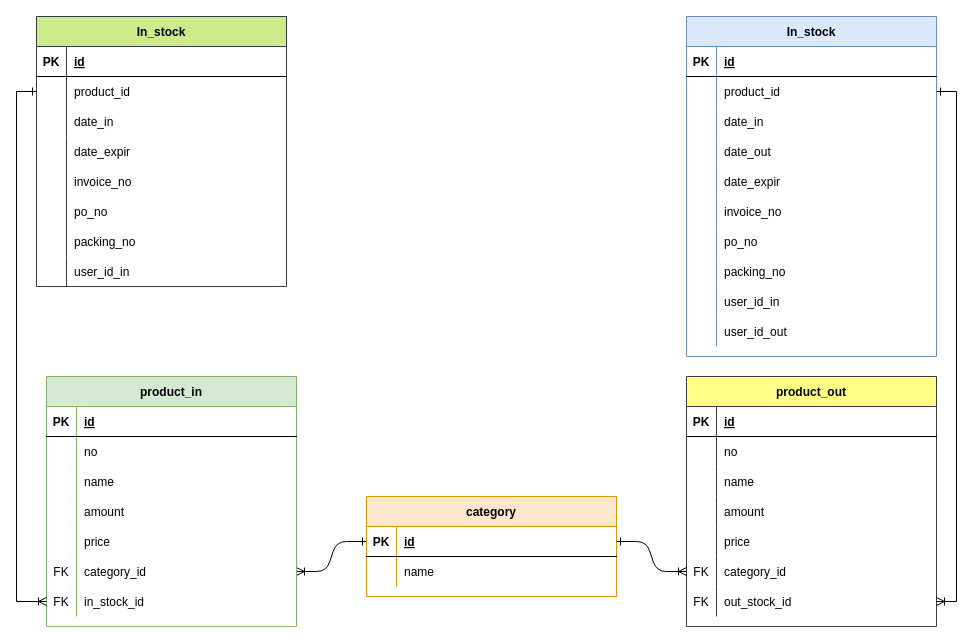
The draw.io diagram page "Page-1" (1 of 2) of KanyaStock.drawio in devsabai/karnya, before the edit. Source tidied: cells renumbered, new cells numbered last; positions are measured from the earlier drawing's top-left corner, leaving out a move shared by most shapes. Both pictures are drawn from the tidied source at 100%, with x=0, y=0 at pixel (36, 16).
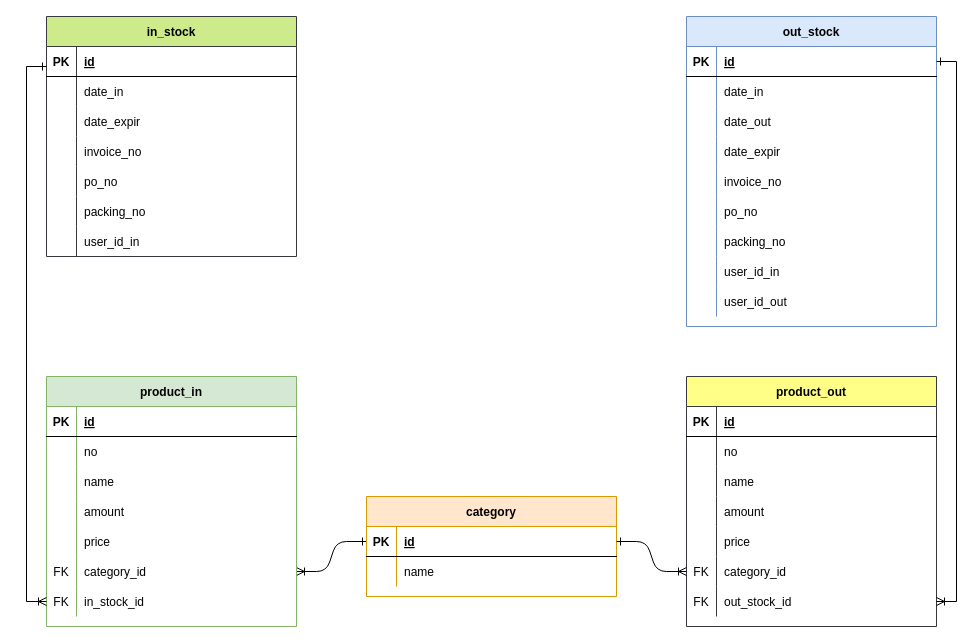
After the change.

Unchanged cells that the change refers to:
```xml
<mxCell id="11" style="shape=partialRectangle;fillColor=none;points=[[0,0.5],[1,0.5]];portConstraint=eastwest;top=0;left=0;right=0;bottom=1;" parent="10" vertex="1">
  <mxGeometry y="30" width="250" height="30" as="geometry" />
</mxCell>
<mxCell id="60" style="shape=partialRectangle;fillColor=none;points=[[0,0.5],[1,0.5]];portConstraint=eastwest;top=0;left=0;right=0;bottom=0;" parent="41" vertex="1">
  <mxGeometry y="210" width="250" height="30" as="geometry" />
</mxCell>
<mxCell id="82" style="shape=partialRectangle;fillColor=none;points=[[0,0.5],[1,0.5]];portConstraint=eastwest;top=0;left=0;right=0;bottom=0;" parent="63" vertex="1">
  <mxGeometry y="210" width="250" height="30" as="geometry" />
</mxCell>
<mxCell id="86" style="shape=partialRectangle;fillColor=none;points=[[0,0.5],[1,0.5]];portConstraint=eastwest;top=0;left=0;right=0;bottom=1;" parent="85" vertex="1">
  <mxGeometry y="30" width="250" height="30" as="geometry" />
</mxCell>
```

Diff of the diagram source:
```diff
@@
-    <mxCell id="10" value="In_stock" style="shape=table;startSize=30;childLayout=tableLayout;rowLines=0;fontStyle=1;align=center;fillColor=#dae8fc;strokeColor=#6c8ebf;" parent="1" vertex="1">
-      <mxGeometry x="650" width="250" height="340" as="geometry" />
+    <mxCell id="10" value="out_stock" style="shape=table;startSize=30;childLayout=tableLayout;rowLines=0;fontStyle=1;align=center;fillColor=#dae8fc;strokeColor=#6c8ebf;" parent="1" vertex="1">
+      <mxGeometry x="650" width="250" height="310" as="geometry" />
     </mxCell>
@@
-    <mxCell id="14" style="shape=partialRectangle;fillColor=none;points=[[0,0.5],[1,0.5]];portConstraint=eastwest;top=0;left=0;right=0;bottom=0;" parent="10" vertex="1">
-      <mxGeometry y="60" width="250" height="30" as="geometry" />
-    </mxCell>
-    <mxCell id="15" style="shape=partialRectangle;overflow=hidden;fillColor=none;top=0;left=0;bottom=0;right=0;" parent="14" vertex="1">
-      <mxGeometry width="30" height="30" as="geometry" />
-    </mxCell>
-    <mxCell id="16" value="product_id" style="shape=partialRectangle;overflow=hidden;fillColor=none;top=0;left=0;bottom=0;right=0;align=left;spacingLeft=6;" parent="14" vertex="1">
-      <mxGeometry x="30" width="220" height="30" as="geometry" />
-    </mxCell>
     <mxCell id="17" style="shape=partialRectangle;fillColor=none;top=0;left=0;right=0;bottom=0;" parent="10" vertex="1">
-      <mxGeometry y="90" width="250" height="30" as="geometry" />
+      <mxGeometry y="60" width="250" height="30" as="geometry" />
     </mxCell>
@@
     <mxCell id="20" style="shape=partialRectangle;fillColor=none;top=0;left=0;right=0;bottom=0;" parent="10" vertex="1">
-      <mxGeometry y="120" width="250" height="30" as="geometry" />
+      <mxGeometry y="90" width="250" height="30" as="geometry" />
     </mxCell>
@@
     <mxCell id="23" style="shape=partialRectangle;fillColor=none;top=0;left=0;right=0;bottom=0;" parent="10" vertex="1">
-      <mxGeometry y="150" width="250" height="30" as="geometry" />
+      <mxGeometry y="120" width="250" height="30" as="geometry" />
     </mxCell>
@@
     <mxCell id="26" style="shape=partialRectangle;fillColor=none;top=0;left=0;right=0;bottom=0;" parent="10" vertex="1">
-      <mxGeometry y="180" width="250" height="30" as="geometry" />
+      <mxGeometry y="150" width="250" height="30" as="geometry" />
     </mxCell>
@@
     <mxCell id="29" style="shape=partialRectangle;fillColor=none;top=0;left=0;right=0;bottom=0;" parent="10" vertex="1">
-      <mxGeometry y="210" width="250" height="30" as="geometry" />
+      <mxGeometry y="180" width="250" height="30" as="geometry" />
     </mxCell>
@@
     <mxCell id="32" style="shape=partialRectangle;fillColor=none;top=0;left=0;right=0;bottom=0;" parent="10" vertex="1">
-      <mxGeometry y="240" width="250" height="30" as="geometry" />
+      <mxGeometry y="210" width="250" height="30" as="geometry" />
     </mxCell>
@@
     <mxCell id="35" style="shape=partialRectangle;fillColor=none;top=0;left=0;right=0;bottom=0;" parent="10" vertex="1">
-      <mxGeometry y="270" width="250" height="30" as="geometry" />
+      <mxGeometry y="240" width="250" height="30" as="geometry" />
     </mxCell>
@@
     <mxCell id="38" style="shape=partialRectangle;fillColor=none;top=0;left=0;right=0;bottom=0;" parent="10" vertex="1">
-      <mxGeometry y="300" width="250" height="30" as="geometry" />
+      <mxGeometry y="270" width="250" height="30" as="geometry" />
     </mxCell>
@@
-    <mxCell id="85" value="In_stock" style="shape=table;startSize=30;childLayout=tableLayout;rowLines=0;fontStyle=1;align=center;fillColor=#cdeb8b;strokeColor=#36393d;" parent="1" vertex="1">
-      <mxGeometry width="250" height="270" as="geometry" />
+    <mxCell id="85" value="in_stock" style="shape=table;startSize=30;childLayout=tableLayout;rowLines=0;fontStyle=1;align=center;fillColor=#cdeb8b;strokeColor=#36393d;" parent="1" vertex="1">
+      <mxGeometry x="10" width="250" height="240" as="geometry" />
     </mxCell>
@@
-    <mxCell id="89" style="shape=partialRectangle;fillColor=none;points=[[0,0.5],[1,0.5]];portConstraint=eastwest;top=0;left=0;right=0;bottom=0;" parent="85" vertex="1">
-      <mxGeometry y="60" width="250" height="30" as="geometry" />
-    </mxCell>
-    <mxCell id="90" style="shape=partialRectangle;overflow=hidden;fillColor=none;top=0;left=0;bottom=0;right=0;" parent="89" vertex="1">
-      <mxGeometry width="30" height="30" as="geometry" />
-    </mxCell>
-    <mxCell id="91" value="product_id" style="shape=partialRectangle;overflow=hidden;fillColor=none;top=0;left=0;bottom=0;right=0;align=left;spacingLeft=6;" parent="89" vertex="1">
-      <mxGeometry x="30" width="220" height="30" as="geometry" />
-    </mxCell>
     <mxCell id="92" style="shape=partialRectangle;fillColor=none;top=0;left=0;right=0;bottom=0;" parent="85" vertex="1">
-      <mxGeometry y="90" width="250" height="30" as="geometry" />
+      <mxGeometry y="60" width="250" height="30" as="geometry" />
     </mxCell>
@@
     <mxCell id="95" style="shape=partialRectangle;fillColor=none;top=0;left=0;right=0;bottom=0;" parent="85" vertex="1">
-      <mxGeometry y="120" width="250" height="30" as="geometry" />
+      <mxGeometry y="90" width="250" height="30" as="geometry" />
     </mxCell>
@@
     <mxCell id="98" style="shape=partialRectangle;fillColor=none;top=0;left=0;right=0;bottom=0;" parent="85" vertex="1">
-      <mxGeometry y="150" width="250" height="30" as="geometry" />
+      <mxGeometry y="120" width="250" height="30" as="geometry" />
     </mxCell>
@@
     <mxCell id="101" style="shape=partialRectangle;fillColor=none;top=0;left=0;right=0;bottom=0;" parent="85" vertex="1">
-      <mxGeometry y="180" width="250" height="30" as="geometry" />
+      <mxGeometry y="150" width="250" height="30" as="geometry" />
     </mxCell>
@@
     <mxCell id="104" style="shape=partialRectangle;fillColor=none;top=0;left=0;right=0;bottom=0;" parent="85" vertex="1">
-      <mxGeometry y="210" width="250" height="30" as="geometry" />
+      <mxGeometry y="180" width="250" height="30" as="geometry" />
     </mxCell>
@@
     <mxCell id="107" style="shape=partialRectangle;fillColor=none;top=0;left=0;right=0;bottom=0;" parent="85" vertex="1">
-      <mxGeometry y="240" width="250" height="30" as="geometry" />
+      <mxGeometry y="210" width="250" height="30" as="geometry" />
     </mxCell>
@@
-    <mxCell id="110" style="edgeStyle=orthogonalEdgeStyle;rounded=0;jettySize=auto;html=1;exitX=1;exitY=0.5;exitDx=0;exitDy=0;startArrow=ERone;startFill=0;endArrow=ERoneToMany;endFill=0;" parent="1" edge="1" source="14" target="82">
+    <mxCell id="110" style="edgeStyle=orthogonalEdgeStyle;rounded=0;jettySize=auto;html=1;exitX=1;exitY=0.5;exitDx=0;exitDy=0;startArrow=ERone;startFill=0;endArrow=ERoneToMany;endFill=0;" parent="1" edge="1" source="11" target="82">
       <mxGeometry relative="1" as="geometry" />
     </mxCell>
-    <mxCell id="111" style="edgeStyle=orthogonalEdgeStyle;rounded=0;jettySize=auto;html=1;exitX=0;exitY=0.5;exitDx=0;exitDy=0;entryX=0;entryY=0.5;entryDx=0;entryDy=0;startArrow=ERone;startFill=0;endArrow=ERoneToMany;endFill=0;" parent="1" edge="1" source="89" target="60">
+    <mxCell id="111" style="edgeStyle=orthogonalEdgeStyle;rounded=0;jettySize=auto;html=1;exitX=0;exitY=0.667;exitDx=0;exitDy=0;entryX=0;entryY=0.5;entryDx=0;entryDy=0;startArrow=ERone;startFill=0;endArrow=ERoneToMany;endFill=0;exitPerimeter=0;" parent="1" edge="1" source="86" target="60">
       <mxGeometry relative="1" as="geometry" />
     </mxCell>
```
